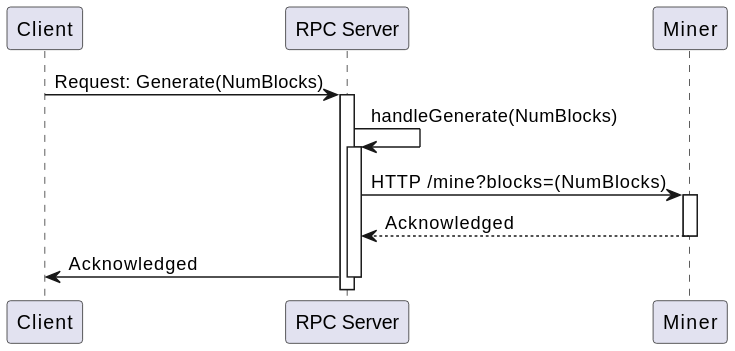
Earlier version of the PlantUML export docs/services/img/plantuml/rpc/rpc-generate.svg (freemans13/teranode). Its diagram source:
```plantuml
@startuml
participant Client
participant "RPC Server" as RPC
participant "Miner" as Miner

Client -> RPC : Request: Generate(NumBlocks)
activate RPC

RPC -> RPC : handleGenerate(NumBlocks)
activate RPC

RPC -> Miner : HTTP /mine?blocks=(NumBlocks)
activate Miner
Miner --> RPC : Acknowledged
deactivate Miner

RPC -> Client : Acknowledged


deactivate RPC
@enduml
```
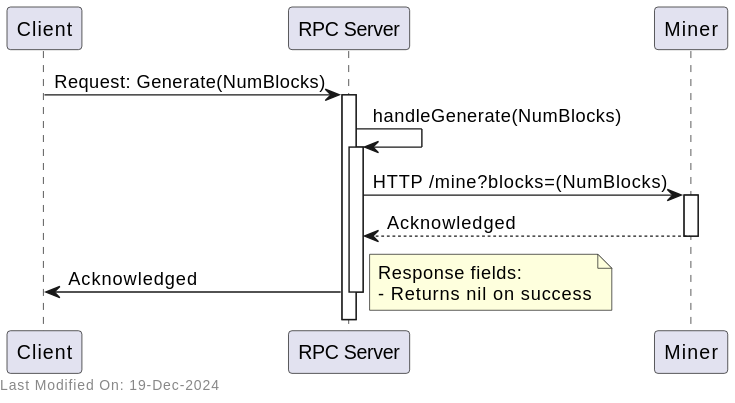
After the change.

What changed in the source:
```diff
@@ -15,7 +15,12 @@
 deactivate Miner
 
 RPC -> Client : Acknowledged
-
+note right
+Response fields:
+- Returns nil on success
+end note
 
 deactivate RPC
+
+left footer Last Modified On: %date("dd-MMM-yyyy")
 @enduml
```
